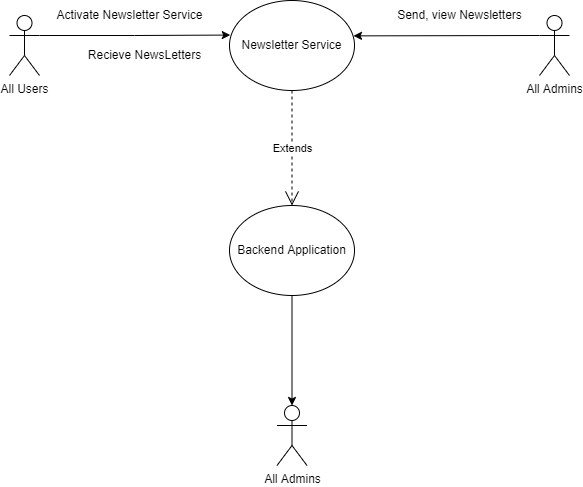
mohitleo03/Software-Engineering-Project-Management keeps this draw.io diagram as Use case diagram/newsletter.png. Above is the earlier version. Source tidied: cells renumbered, new cells last; positions are measured from the earlier drawing's top-left corner, leaving out a move shared by most shapes.
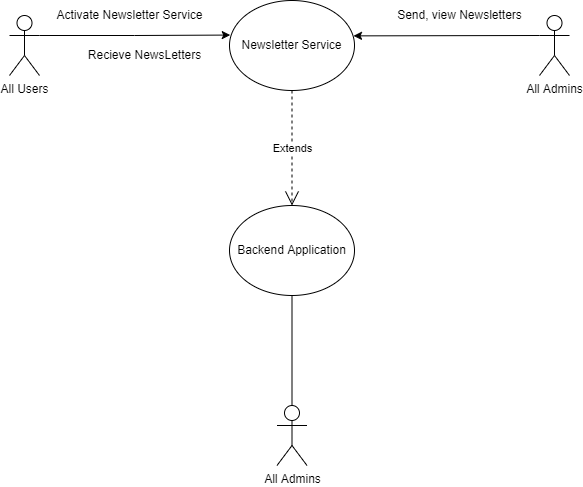
The same diagram one commit later.

What changed in the source:
```diff
@@ -14,9 +14,6 @@
     <mxCell id="5" value="All Admins" style="shape=umlActor;verticalLabelPosition=bottom;verticalAlign=top;html=1;outlineConnect=0;" parent="1" vertex="1">
       <mxGeometry x="530" y="15" width="30" height="60" as="geometry" />
     </mxCell>
-    <mxCell id="6" style="edgeStyle=orthogonalEdgeStyle;rounded=0;jettySize=auto;html=1;exitX=0.5;exitY=1;exitDx=0;exitDy=0;entryX=0.5;entryY=0;entryDx=0;entryDy=0;entryPerimeter=0;" parent="1" edge="1" source="7" target="8">
-      <mxGeometry relative="1" as="geometry" />
-    </mxCell>
     <mxCell id="7" value="Backend Application" style="ellipse;whiteSpace=wrap;html=1;" parent="1" vertex="1">
       <mxGeometry x="220" y="205" width="125" height="90" as="geometry" />
     </mxCell>
@@ -38,5 +35,8 @@
     <mxCell id="13" value="Extends" style="endArrow=open;endSize=12;dashed=1;html=1;rounded=0;exitX=0.5;exitY=1;exitDx=0;exitDy=0;entryX=0.5;entryY=0;entryDx=0;entryDy=0;" parent="1" edge="1" source="2" target="7">
       <mxGeometry relative="1" as="geometry" />
     </mxCell>
+    <mxCell id="14" style="endArrow=none;html=1;rounded=0;entryX=0.5;entryY=1;entryDx=0;entryDy=0;exitX=0.5;exitY=0;exitDx=0;exitDy=0;exitPerimeter=0;" parent="1" edge="1" source="8" target="7">
+      <mxGeometry relative="1" as="geometry" />
+    </mxCell>
   </root>
 </mxGraphModel>
```
